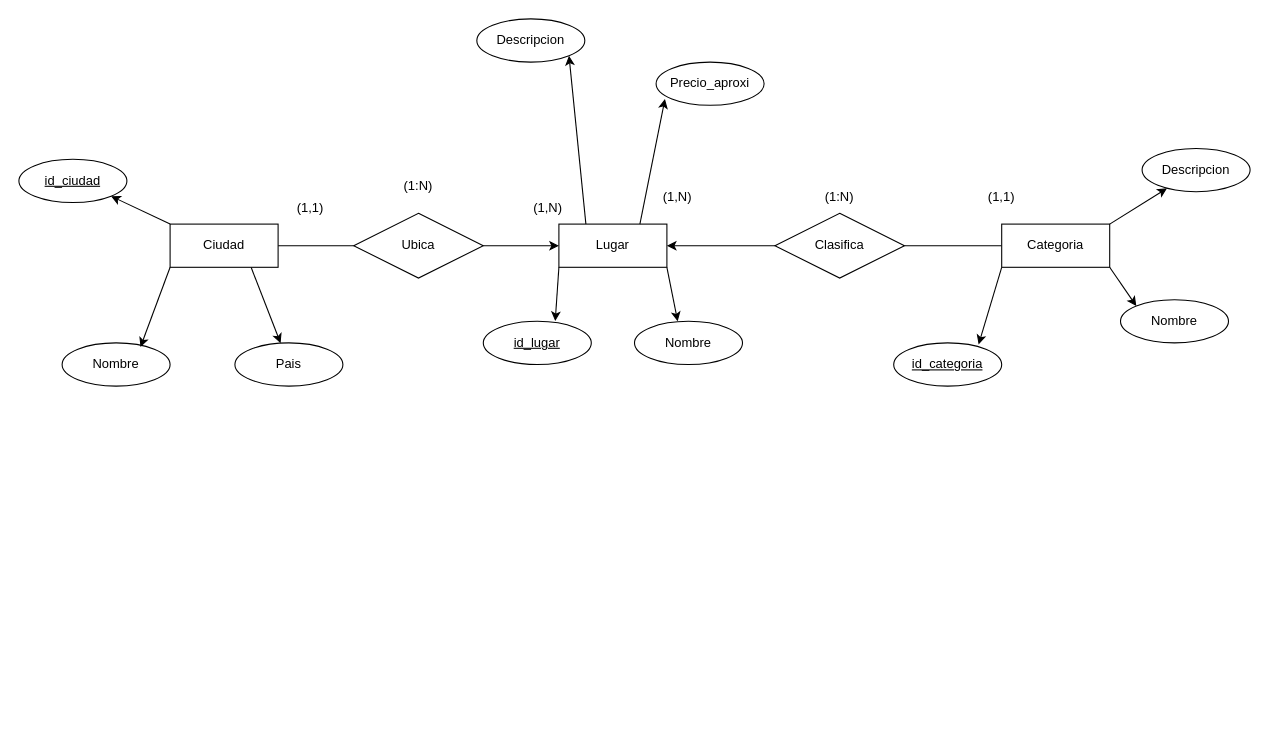
The draw.io diagram page "E/R" (1 of 2) of docs/diagramas.drawio in danilogar019-dotcom/erasmate-backend, before the edit. Source tidied: cells renumbered, new cells numbered last; positions are measured from the earlier drawing's top-left corner, leaving out a move shared by most shapes. Both pictures are drawn from the tidied source at 108%, with x=0, y=0 at pixel (18, 18).
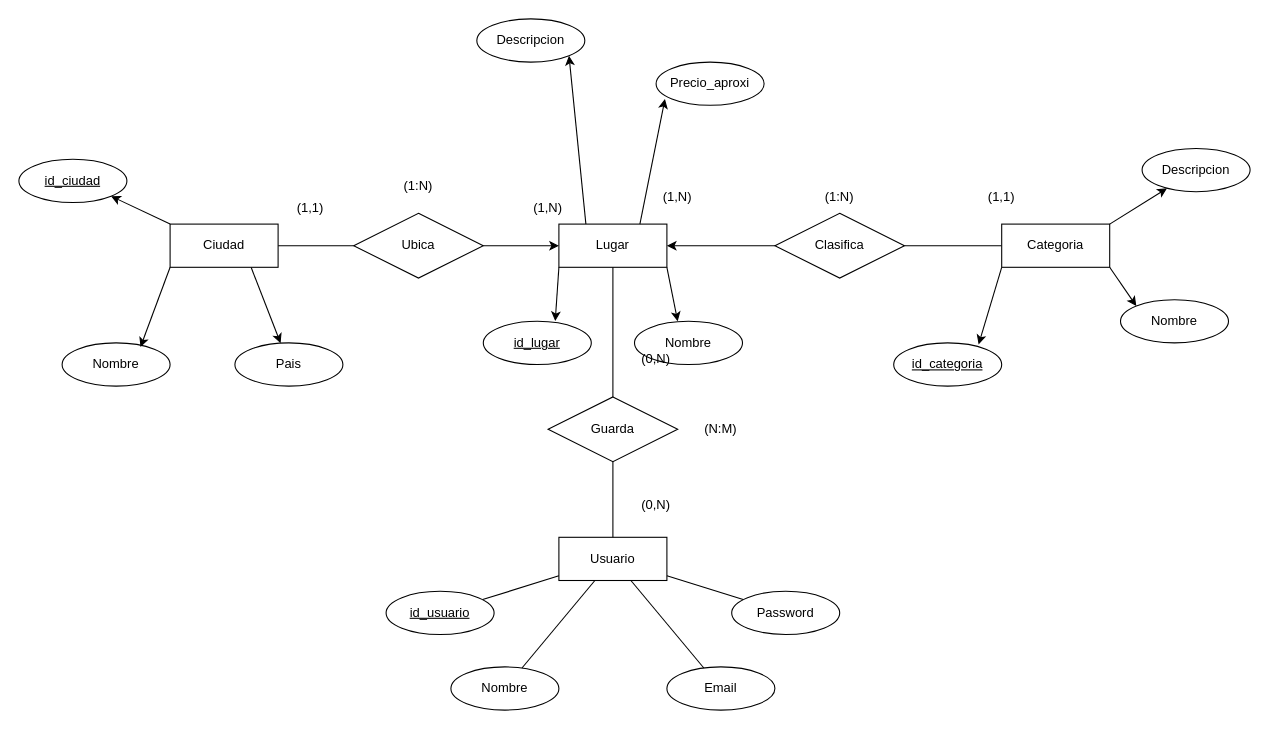
The same page after the edit.

Commit message (it also covers changes not shown here):
Ampliar modelo con Usuario y favoritos

The change refers to these unchanged cells:
```xml
<mxCell id="3" value="Lugar" style="whiteSpace=wrap;html=1;align=center;" parent="1" vertex="1">
  <mxGeometry x="500" y="190" width="100" height="40" as="geometry" />
</mxCell>
```

What changed in the source:
```diff
@@
+    <mxCell id="37" value="Guarda" style="shape=rhombus;perimeter=rhombusPerimeter;whiteSpace=wrap;html=1;align=center;" parent="1" vertex="1">
+      <mxGeometry x="490" y="350" width="120" height="60" as="geometry" />
+    </mxCell>
+    <mxCell id="38" value="Usuario" style="whiteSpace=wrap;html=1;align=center;" parent="1" vertex="1">
+      <mxGeometry x="500" y="480" width="100" height="40" as="geometry" />
+    </mxCell>
+    <mxCell id="39" style="rounded=0;html=1;endArrow=none;endFill=0;shape=wire;" parent="1" edge="1" source="3" target="37">
+      <mxGeometry relative="1" as="geometry" />
+    </mxCell>
+    <mxCell id="40" style="rounded=0;html=1;endArrow=none;endFill=0;shape=wire;" parent="1" edge="1" source="37" target="38">
+      <mxGeometry relative="1" as="geometry" />
+    </mxCell>
+    <mxCell id="41" value="id_usuario" style="ellipse;whiteSpace=wrap;html=1;align=center;fontStyle=4;" parent="1" vertex="1">
+      <mxGeometry x="340" y="530" width="100" height="40" as="geometry" />
+    </mxCell>
+    <mxCell id="42" style="rounded=0;html=1;endArrow=none;endFill=0;shape=wire;" parent="1" edge="1" source="38" target="41">
+      <mxGeometry relative="1" as="geometry" />
+    </mxCell>
+    <mxCell id="43" value="Nombre" style="ellipse;whiteSpace=wrap;html=1;align=center;" parent="1" vertex="1">
+      <mxGeometry x="400" y="600" width="100" height="40" as="geometry" />
+    </mxCell>
+    <mxCell id="44" style="rounded=0;html=1;endArrow=none;endFill=0;shape=wire;" parent="1" edge="1" source="38" target="43">
+      <mxGeometry relative="1" as="geometry" />
+    </mxCell>
+    <mxCell id="45" value="Email" style="ellipse;whiteSpace=wrap;html=1;align=center;" parent="1" vertex="1">
+      <mxGeometry x="600" y="600" width="100" height="40" as="geometry" />
+    </mxCell>
+    <mxCell id="46" style="rounded=0;html=1;endArrow=none;endFill=0;shape=wire;" parent="1" edge="1" source="38" target="45">
+      <mxGeometry relative="1" as="geometry" />
+    </mxCell>
+    <mxCell id="47" value="Password" style="ellipse;whiteSpace=wrap;html=1;align=center;" parent="1" vertex="1">
+      <mxGeometry x="660" y="530" width="100" height="40" as="geometry" />
+    </mxCell>
+    <mxCell id="48" style="rounded=0;html=1;endArrow=none;endFill=0;shape=wire;" parent="1" edge="1" source="38" target="47">
+      <mxGeometry relative="1" as="geometry" />
+    </mxCell>
+    <mxCell id="49" value="(0,N)" style="text;html=1;whiteSpace=wrap;strokeColor=none;fillColor=none;align=center;verticalAlign=middle;rounded=0;" parent="1" vertex="1">
+      <mxGeometry x="560" y="300" width="60" height="30" as="geometry" />
+    </mxCell>
+    <mxCell id="50" value="(0,N)" style="text;html=1;whiteSpace=wrap;strokeColor=none;fillColor=none;align=center;verticalAlign=middle;rounded=0;" parent="1" vertex="1">
+      <mxGeometry x="560" y="435" width="60" height="30" as="geometry" />
+    </mxCell>
+    <mxCell id="51" value="(N:M)" style="text;html=1;whiteSpace=wrap;strokeColor=none;fillColor=none;align=center;verticalAlign=middle;rounded=0;" parent="1" vertex="1">
+      <mxGeometry x="620" y="365" width="60" height="30" as="geometry" />
+    </mxCell>
```
